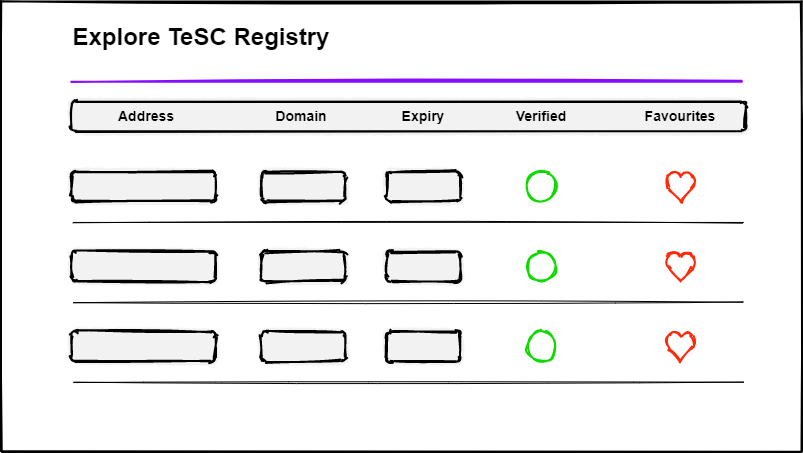
This is src/landingPage/assets/images/explore.png from TeSC-app/TeSC-Frontend-New, a draw.io export, as it was before one commit. Source tidied: cells renumbered, new cells last; positions are measured from the earlier drawing's top-left corner, leaving out a move shared by most shapes. The source it was exported from:
```xml
<mxGraphModel>
  <root>
    <mxCell id="0" />
    <mxCell id="1" parent="0" />
    <mxCell id="2" style="endArrow=none;html=1;sketch=1;strokeWidth=2;" parent="1" edge="1">
      <mxGeometry relative="1" as="geometry">
        <mxPoint as="sourcePoint" />
        <mxPoint x="800" as="targetPoint" />
      </mxGeometry>
    </mxCell>
    <mxCell id="3" style="endArrow=none;html=1;sketch=1;strokeWidth=2;" parent="1" edge="1">
      <mxGeometry relative="1" as="geometry">
        <mxPoint as="sourcePoint" />
        <mxPoint y="450" as="targetPoint" />
      </mxGeometry>
    </mxCell>
    <mxCell id="4" style="endArrow=none;html=1;sketch=1;strokeWidth=2;" parent="1" edge="1">
      <mxGeometry relative="1" as="geometry">
        <mxPoint y="450" as="sourcePoint" />
        <mxPoint x="800" y="450" as="targetPoint" />
      </mxGeometry>
    </mxCell>
    <mxCell id="5" style="endArrow=none;html=1;sketch=1;strokeWidth=2;" parent="1" edge="1">
      <mxGeometry relative="1" as="geometry">
        <mxPoint x="800" as="sourcePoint" />
        <mxPoint x="800" y="450" as="targetPoint" />
      </mxGeometry>
    </mxCell>
    <mxCell id="6" style="rounded=1;whiteSpace=wrap;html=1;strokeWidth=2;fillWeight=4;hachureGap=0;hachureAngle=45;fillColor=#F2F2F2;sketch=1;rotation=-180;" parent="1" vertex="1">
      <mxGeometry x="260" y="170" width="84" height="30" as="geometry" />
    </mxCell>
    <mxCell id="7" style="endArrow=none;html=1;sketch=1;strokeWidth=2;strokeColor=#860DFF;" parent="1" edge="1">
      <mxGeometry relative="1" as="geometry">
        <mxPoint x="70" y="80" as="sourcePoint" />
        <mxPoint x="740" y="80" as="targetPoint" />
      </mxGeometry>
    </mxCell>
    <mxCell id="8" style="rounded=1;whiteSpace=wrap;html=1;fillWeight=4;hachureGap=0;hachureAngle=45;fillColor=#F2F2F2;sketch=1;rotation=-180;strokeWidth=2;" parent="1" vertex="1">
      <mxGeometry x="70" y="100" width="674" height="30" as="geometry" />
    </mxCell>
    <mxCell id="9" style="rounded=1;whiteSpace=wrap;html=1;strokeWidth=2;fillWeight=4;hachureGap=0;hachureAngle=45;fillColor=#F2F2F2;sketch=1;rotation=-180;" parent="1" vertex="1">
      <mxGeometry x="385" y="170" width="74" height="30" as="geometry" />
    </mxCell>
    <mxCell id="10" style="rounded=1;whiteSpace=wrap;html=1;strokeWidth=2;fillWeight=4;hachureGap=0;hachureAngle=45;fillColor=#F2F2F2;sketch=1;rotation=-180;" parent="1" vertex="1">
      <mxGeometry x="70" y="170" width="144" height="30" as="geometry" />
    </mxCell>
    <mxCell id="11" style="verticalLabelPosition=bottom;verticalAlign=top;html=1;shape=mxgraph.flowchart.on-page_reference;sketch=1;strokeWidth=2;strokeColor=#0FDA00;" parent="1" vertex="1">
      <mxGeometry x="525" y="170" width="30" height="30" as="geometry" />
    </mxCell>
    <mxCell id="12" style="verticalLabelPosition=bottom;verticalAlign=top;html=1;shape=mxgraph.basic.heart;sketch=1;strokeWidth=2;strokeColor=#FF2807;" parent="1" vertex="1">
      <mxGeometry x="664" y="170" width="30" height="30" as="geometry" />
    </mxCell>
    <mxCell id="13" style="endArrow=none;html=1;sketch=1;strokeWidth=1;" parent="1" edge="1">
      <mxGeometry relative="1" as="geometry">
        <mxPoint x="72" y="221" as="sourcePoint" />
        <mxPoint x="742" y="221" as="targetPoint" />
      </mxGeometry>
    </mxCell>
    <mxCell id="14" style="rounded=1;whiteSpace=wrap;html=1;strokeWidth=2;fillWeight=4;hachureGap=0;hachureAngle=45;fillColor=#F2F2F2;sketch=1;rotation=-180;" parent="1" vertex="1">
      <mxGeometry x="260" y="250" width="84" height="30" as="geometry" />
    </mxCell>
    <mxCell id="15" style="rounded=1;whiteSpace=wrap;html=1;strokeWidth=2;fillWeight=4;hachureGap=0;hachureAngle=45;fillColor=#F2F2F2;sketch=1;rotation=-180;" parent="1" vertex="1">
      <mxGeometry x="385" y="250" width="74" height="30" as="geometry" />
    </mxCell>
    <mxCell id="16" style="rounded=1;whiteSpace=wrap;html=1;strokeWidth=2;fillWeight=4;hachureGap=0;hachureAngle=45;fillColor=#F2F2F2;sketch=1;rotation=-180;" parent="1" vertex="1">
      <mxGeometry x="70" y="250" width="144" height="30" as="geometry" />
    </mxCell>
    <mxCell id="17" style="verticalLabelPosition=bottom;verticalAlign=top;html=1;shape=mxgraph.flowchart.on-page_reference;sketch=1;strokeWidth=2;strokeColor=#0FDA00;" parent="1" vertex="1">
      <mxGeometry x="525" y="250" width="30" height="30" as="geometry" />
    </mxCell>
    <mxCell id="18" style="verticalLabelPosition=bottom;verticalAlign=top;html=1;shape=mxgraph.basic.heart;sketch=1;strokeWidth=2;strokeColor=#FF2807;" parent="1" vertex="1">
      <mxGeometry x="664" y="250" width="30" height="30" as="geometry" />
    </mxCell>
    <mxCell id="19" style="endArrow=none;html=1;sketch=1;strokeWidth=1;" parent="1" edge="1">
      <mxGeometry relative="1" as="geometry">
        <mxPoint x="72" y="301" as="sourcePoint" />
        <mxPoint x="742" y="301" as="targetPoint" />
      </mxGeometry>
    </mxCell>
    <mxCell id="20" style="rounded=1;whiteSpace=wrap;html=1;strokeWidth=2;fillWeight=4;hachureGap=0;hachureAngle=45;fillColor=#F2F2F2;sketch=1;rotation=-180;" parent="1" vertex="1">
      <mxGeometry x="260" y="330" width="84" height="30" as="geometry" />
    </mxCell>
    <mxCell id="21" style="rounded=1;whiteSpace=wrap;html=1;strokeWidth=2;fillWeight=4;hachureGap=0;hachureAngle=45;fillColor=#F2F2F2;sketch=1;rotation=-180;" parent="1" vertex="1">
      <mxGeometry x="385" y="330" width="74" height="30" as="geometry" />
    </mxCell>
    <mxCell id="22" style="rounded=1;whiteSpace=wrap;html=1;strokeWidth=2;fillWeight=4;hachureGap=0;hachureAngle=45;fillColor=#F2F2F2;sketch=1;rotation=-180;" parent="1" vertex="1">
      <mxGeometry x="70" y="330" width="144" height="30" as="geometry" />
    </mxCell>
    <mxCell id="23" style="verticalLabelPosition=bottom;verticalAlign=top;html=1;shape=mxgraph.flowchart.on-page_reference;sketch=1;strokeWidth=2;strokeColor=#0FDA00;" parent="1" vertex="1">
      <mxGeometry x="525" y="330" width="30" height="30" as="geometry" />
    </mxCell>
    <mxCell id="24" style="verticalLabelPosition=bottom;verticalAlign=top;html=1;shape=mxgraph.basic.heart;sketch=1;strokeWidth=2;strokeColor=#FF2807;" parent="1" vertex="1">
      <mxGeometry x="664" y="330" width="30" height="30" as="geometry" />
    </mxCell>
    <mxCell id="25" style="endArrow=none;html=1;sketch=1;strokeWidth=1;" parent="1" edge="1">
      <mxGeometry relative="1" as="geometry">
        <mxPoint x="72" y="381" as="sourcePoint" />
        <mxPoint x="742" y="381" as="targetPoint" />
      </mxGeometry>
    </mxCell>
    <mxCell id="26" value="&lt;font style=&quot;font-size: 24px&quot;&gt;&lt;b&gt;Explore TeSC Registry&lt;/b&gt;&lt;/font&gt;" style="text;html=1;strokeColor=none;fillColor=none;align=center;verticalAlign=middle;whiteSpace=wrap;rounded=0;" parent="1" vertex="1">
      <mxGeometry x="70" y="20" width="260" height="30" as="geometry" />
    </mxCell>
    <mxCell id="27" value="&lt;font style=&quot;font-size: 14px&quot;&gt;&lt;b&gt;Address&lt;/b&gt;&lt;/font&gt;" style="text;html=1;strokeColor=none;fillColor=none;align=center;verticalAlign=middle;whiteSpace=wrap;rounded=0;" parent="1" vertex="1">
      <mxGeometry x="120" y="104" width="50" height="20" as="geometry" />
    </mxCell>
    <mxCell id="28" value="&lt;font style=&quot;font-size: 14px&quot;&gt;&lt;b&gt;Domain&lt;/b&gt;&lt;/font&gt;" style="text;html=1;strokeColor=none;fillColor=none;align=center;verticalAlign=middle;whiteSpace=wrap;rounded=0;" parent="1" vertex="1">
      <mxGeometry x="260" y="104" width="80" height="20" as="geometry" />
    </mxCell>
    <mxCell id="29" value="&lt;font style=&quot;font-size: 14px&quot;&gt;&lt;b&gt;Expiry&lt;/b&gt;&lt;/font&gt;" style="text;html=1;strokeColor=none;fillColor=none;align=center;verticalAlign=middle;whiteSpace=wrap;rounded=0;" parent="1" vertex="1">
      <mxGeometry x="397" y="104" width="50" height="20" as="geometry" />
    </mxCell>
    <mxCell id="30" value="&lt;font style=&quot;font-size: 14px&quot;&gt;&lt;b&gt;Verified&lt;/b&gt;&lt;/font&gt;" style="text;html=1;strokeColor=none;fillColor=none;align=center;verticalAlign=middle;whiteSpace=wrap;rounded=0;" parent="1" vertex="1">
      <mxGeometry x="515" y="104" width="50" height="20" as="geometry" />
    </mxCell>
    <mxCell id="31" value="&lt;font style=&quot;font-size: 14px&quot;&gt;&lt;b&gt;Favourites&lt;/b&gt;&lt;/font&gt;" style="text;html=1;strokeColor=none;fillColor=none;align=center;verticalAlign=middle;whiteSpace=wrap;rounded=0;" parent="1" vertex="1">
      <mxGeometry x="654" y="104" width="50" height="20" as="geometry" />
    </mxCell>
  </root>
</mxGraphModel>
```
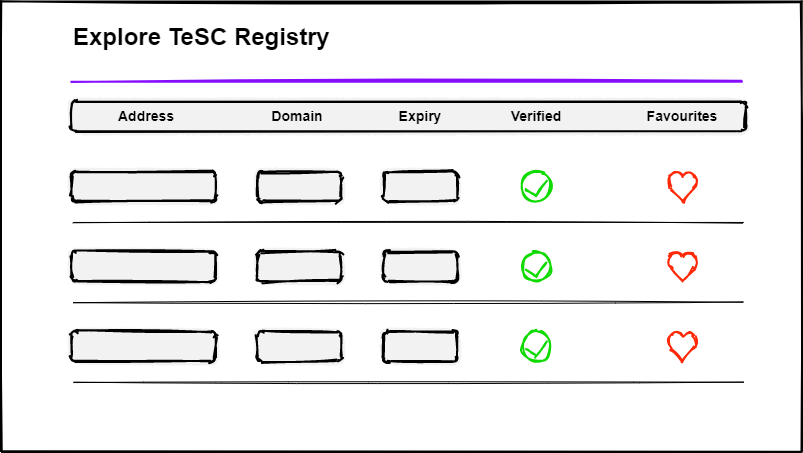
The same file after the commit.

Commit message:
Minor image changes, rename to registry analytics on landing page

Diff of the diagram source:
```diff
@@ -27,7 +27,7 @@
       </mxGeometry>
     </mxCell>
     <mxCell id="6" style="rounded=1;whiteSpace=wrap;html=1;strokeWidth=2;fillWeight=4;hachureGap=0;hachureAngle=45;fillColor=#F2F2F2;sketch=1;rotation=-180;" parent="1" vertex="1">
-      <mxGeometry x="260" y="170" width="84" height="30" as="geometry" />
+      <mxGeometry x="256" y="170" width="84" height="30" as="geometry" />
     </mxCell>
     <mxCell id="7" style="endArrow=none;html=1;sketch=1;strokeWidth=2;strokeColor=#860DFF;" parent="1" edge="1">
       <mxGeometry relative="1" as="geometry">
@@ -39,16 +39,16 @@
       <mxGeometry x="70" y="100" width="674" height="30" as="geometry" />
     </mxCell>
     <mxCell id="9" style="rounded=1;whiteSpace=wrap;html=1;strokeWidth=2;fillWeight=4;hachureGap=0;hachureAngle=45;fillColor=#F2F2F2;sketch=1;rotation=-180;" parent="1" vertex="1">
-      <mxGeometry x="385" y="170" width="74" height="30" as="geometry" />
+      <mxGeometry x="382" y="170" width="74" height="30" as="geometry" />
     </mxCell>
     <mxCell id="10" style="rounded=1;whiteSpace=wrap;html=1;strokeWidth=2;fillWeight=4;hachureGap=0;hachureAngle=45;fillColor=#F2F2F2;sketch=1;rotation=-180;" parent="1" vertex="1">
       <mxGeometry x="70" y="170" width="144" height="30" as="geometry" />
     </mxCell>
     <mxCell id="11" style="verticalLabelPosition=bottom;verticalAlign=top;html=1;shape=mxgraph.flowchart.on-page_reference;sketch=1;strokeWidth=2;strokeColor=#0FDA00;" parent="1" vertex="1">
-      <mxGeometry x="525" y="170" width="30" height="30" as="geometry" />
+      <mxGeometry x="520" y="170" width="30" height="30" as="geometry" />
     </mxCell>
     <mxCell id="12" style="verticalLabelPosition=bottom;verticalAlign=top;html=1;shape=mxgraph.basic.heart;sketch=1;strokeWidth=2;strokeColor=#FF2807;" parent="1" vertex="1">
-      <mxGeometry x="664" y="170" width="30" height="30" as="geometry" />
+      <mxGeometry x="666" y="170" width="30" height="30" as="geometry" />
     </mxCell>
     <mxCell id="13" style="endArrow=none;html=1;sketch=1;strokeWidth=1;" parent="1" edge="1">
       <mxGeometry relative="1" as="geometry">
@@ -57,19 +57,19 @@
       </mxGeometry>
     </mxCell>
     <mxCell id="14" style="rounded=1;whiteSpace=wrap;html=1;strokeWidth=2;fillWeight=4;hachureGap=0;hachureAngle=45;fillColor=#F2F2F2;sketch=1;rotation=-180;" parent="1" vertex="1">
-      <mxGeometry x="260" y="250" width="84" height="30" as="geometry" />
+      <mxGeometry x="256" y="250" width="84" height="30" as="geometry" />
     </mxCell>
     <mxCell id="15" style="rounded=1;whiteSpace=wrap;html=1;strokeWidth=2;fillWeight=4;hachureGap=0;hachureAngle=45;fillColor=#F2F2F2;sketch=1;rotation=-180;" parent="1" vertex="1">
-      <mxGeometry x="385" y="250" width="74" height="30" as="geometry" />
+      <mxGeometry x="382" y="250" width="74" height="30" as="geometry" />
     </mxCell>
     <mxCell id="16" style="rounded=1;whiteSpace=wrap;html=1;strokeWidth=2;fillWeight=4;hachureGap=0;hachureAngle=45;fillColor=#F2F2F2;sketch=1;rotation=-180;" parent="1" vertex="1">
       <mxGeometry x="70" y="250" width="144" height="30" as="geometry" />
     </mxCell>
     <mxCell id="17" style="verticalLabelPosition=bottom;verticalAlign=top;html=1;shape=mxgraph.flowchart.on-page_reference;sketch=1;strokeWidth=2;strokeColor=#0FDA00;" parent="1" vertex="1">
-      <mxGeometry x="525" y="250" width="30" height="30" as="geometry" />
+      <mxGeometry x="520" y="250" width="30" height="30" as="geometry" />
     </mxCell>
     <mxCell id="18" style="verticalLabelPosition=bottom;verticalAlign=top;html=1;shape=mxgraph.basic.heart;sketch=1;strokeWidth=2;strokeColor=#FF2807;" parent="1" vertex="1">
-      <mxGeometry x="664" y="250" width="30" height="30" as="geometry" />
+      <mxGeometry x="666" y="250" width="30" height="30" as="geometry" />
     </mxCell>
     <mxCell id="19" style="endArrow=none;html=1;sketch=1;strokeWidth=1;" parent="1" edge="1">
       <mxGeometry relative="1" as="geometry">
@@ -78,19 +78,19 @@
       </mxGeometry>
     </mxCell>
     <mxCell id="20" style="rounded=1;whiteSpace=wrap;html=1;strokeWidth=2;fillWeight=4;hachureGap=0;hachureAngle=45;fillColor=#F2F2F2;sketch=1;rotation=-180;" parent="1" vertex="1">
-      <mxGeometry x="260" y="330" width="84" height="30" as="geometry" />
+      <mxGeometry x="256" y="330" width="84" height="30" as="geometry" />
     </mxCell>
     <mxCell id="21" style="rounded=1;whiteSpace=wrap;html=1;strokeWidth=2;fillWeight=4;hachureGap=0;hachureAngle=45;fillColor=#F2F2F2;sketch=1;rotation=-180;" parent="1" vertex="1">
-      <mxGeometry x="385" y="330" width="74" height="30" as="geometry" />
+      <mxGeometry x="382" y="330" width="74" height="30" as="geometry" />
     </mxCell>
     <mxCell id="22" style="rounded=1;whiteSpace=wrap;html=1;strokeWidth=2;fillWeight=4;hachureGap=0;hachureAngle=45;fillColor=#F2F2F2;sketch=1;rotation=-180;" parent="1" vertex="1">
       <mxGeometry x="70" y="330" width="144" height="30" as="geometry" />
     </mxCell>
     <mxCell id="23" style="verticalLabelPosition=bottom;verticalAlign=top;html=1;shape=mxgraph.flowchart.on-page_reference;sketch=1;strokeWidth=2;strokeColor=#0FDA00;" parent="1" vertex="1">
-      <mxGeometry x="525" y="330" width="30" height="30" as="geometry" />
+      <mxGeometry x="520" y="330" width="30" height="30" as="geometry" />
     </mxCell>
     <mxCell id="24" style="verticalLabelPosition=bottom;verticalAlign=top;html=1;shape=mxgraph.basic.heart;sketch=1;strokeWidth=2;strokeColor=#FF2807;" parent="1" vertex="1">
-      <mxGeometry x="664" y="330" width="30" height="30" as="geometry" />
+      <mxGeometry x="666" y="330" width="30" height="30" as="geometry" />
     </mxCell>
     <mxCell id="25" style="endArrow=none;html=1;sketch=1;strokeWidth=1;" parent="1" edge="1">
       <mxGeometry relative="1" as="geometry">
@@ -98,23 +98,59 @@
         <mxPoint x="742" y="381" as="targetPoint" />
       </mxGeometry>
     </mxCell>
-    <mxCell id="26" value="&lt;font style=&quot;font-size: 24px&quot;&gt;&lt;b&gt;Explore TeSC Registry&lt;/b&gt;&lt;/font&gt;" style="text;html=1;strokeColor=none;fillColor=none;align=center;verticalAlign=middle;whiteSpace=wrap;rounded=0;" parent="1" vertex="1">
-      <mxGeometry x="70" y="20" width="260" height="30" as="geometry" />
+    <mxCell id="26" value="&lt;font style=&quot;font-size: 24px&quot;&gt;&lt;b&gt;Explore TeSC Registry&lt;/b&gt;&lt;/font&gt;" style="text;html=1;strokeColor=none;fillColor=none;align=left;verticalAlign=middle;whiteSpace=wrap;rounded=0;" parent="1" vertex="1">
+      <mxGeometry x="70" y="20" width="300" height="30" as="geometry" />
     </mxCell>
     <mxCell id="27" value="&lt;font style=&quot;font-size: 14px&quot;&gt;&lt;b&gt;Address&lt;/b&gt;&lt;/font&gt;" style="text;html=1;strokeColor=none;fillColor=none;align=center;verticalAlign=middle;whiteSpace=wrap;rounded=0;" parent="1" vertex="1">
       <mxGeometry x="120" y="104" width="50" height="20" as="geometry" />
     </mxCell>
     <mxCell id="28" value="&lt;font style=&quot;font-size: 14px&quot;&gt;&lt;b&gt;Domain&lt;/b&gt;&lt;/font&gt;" style="text;html=1;strokeColor=none;fillColor=none;align=center;verticalAlign=middle;whiteSpace=wrap;rounded=0;" parent="1" vertex="1">
-      <mxGeometry x="260" y="104" width="80" height="20" as="geometry" />
+      <mxGeometry x="256" y="104" width="80" height="20" as="geometry" />
     </mxCell>
     <mxCell id="29" value="&lt;font style=&quot;font-size: 14px&quot;&gt;&lt;b&gt;Expiry&lt;/b&gt;&lt;/font&gt;" style="text;html=1;strokeColor=none;fillColor=none;align=center;verticalAlign=middle;whiteSpace=wrap;rounded=0;" parent="1" vertex="1">
-      <mxGeometry x="397" y="104" width="50" height="20" as="geometry" />
+      <mxGeometry x="394" y="104" width="50" height="20" as="geometry" />
     </mxCell>
     <mxCell id="30" value="&lt;font style=&quot;font-size: 14px&quot;&gt;&lt;b&gt;Verified&lt;/b&gt;&lt;/font&gt;" style="text;html=1;strokeColor=none;fillColor=none;align=center;verticalAlign=middle;whiteSpace=wrap;rounded=0;" parent="1" vertex="1">
-      <mxGeometry x="515" y="104" width="50" height="20" as="geometry" />
+      <mxGeometry x="510" y="104" width="50" height="20" as="geometry" />
     </mxCell>
     <mxCell id="31" value="&lt;font style=&quot;font-size: 14px&quot;&gt;&lt;b&gt;Favourites&lt;/b&gt;&lt;/font&gt;" style="text;html=1;strokeColor=none;fillColor=none;align=center;verticalAlign=middle;whiteSpace=wrap;rounded=0;" parent="1" vertex="1">
-      <mxGeometry x="654" y="104" width="50" height="20" as="geometry" />
+      <mxGeometry x="656" y="104" width="50" height="20" as="geometry" />
     </mxCell>
+    <mxCell id="32" style="endArrow=none;html=1;sketch=1;strokeWidth=2;strokeColor=#0FDA00;" parent="1" edge="1">
+      <mxGeometry relative="1" as="geometry">
+        <mxPoint x="534" y="194" as="sourcePoint" />
+        <mxPoint x="524" y="188" as="targetPoint" />
+      </mxGeometry>
+    </mxCell>
+    <mxCell id="33" style="endArrow=none;html=1;sketch=1;strokeWidth=2;strokeColor=#0FDA00;" parent="1" edge="1">
+      <mxGeometry relative="1" as="geometry">
+        <mxPoint x="544" y="181" as="sourcePoint" />
+        <mxPoint x="534" y="195" as="targetPoint" />
+      </mxGeometry>
+    </mxCell>
+    <mxCell id="34" style="endArrow=none;html=1;sketch=1;strokeWidth=2;strokeColor=#0FDA00;" parent="1" edge="1">
+      <mxGeometry relative="1" as="geometry">
+        <mxPoint x="534" y="274" as="sourcePoint" />
+        <mxPoint x="524" y="268" as="targetPoint" />
+      </mxGeometry>
+    </mxCell>
+    <mxCell id="35" style="endArrow=none;html=1;sketch=1;strokeWidth=2;strokeColor=#0FDA00;" parent="1" edge="1">
+      <mxGeometry relative="1" as="geometry">
+        <mxPoint x="544" y="261" as="sourcePoint" />
+        <mxPoint x="534" y="275" as="targetPoint" />
+      </mxGeometry>
+    </mxCell>
+    <mxCell id="36" style="endArrow=none;html=1;sketch=1;strokeWidth=2;strokeColor=#0FDA00;" parent="1" edge="1">
+      <mxGeometry relative="1" as="geometry">
+        <mxPoint x="535" y="354" as="sourcePoint" />
+        <mxPoint x="525" y="348" as="targetPoint" />
+      </mxGeometry>
+    </mxCell>
+    <mxCell id="37" style="endArrow=none;html=1;sketch=1;strokeWidth=2;strokeColor=#0FDA00;" parent="1" edge="1">
+      <mxGeometry relative="1" as="geometry">
+        <mxPoint x="545" y="341" as="sourcePoint" />
+        <mxPoint x="535" y="355" as="targetPoint" />
+      </mxGeometry>
+    </mxCell>
   </root>
 </mxGraphModel>
```
